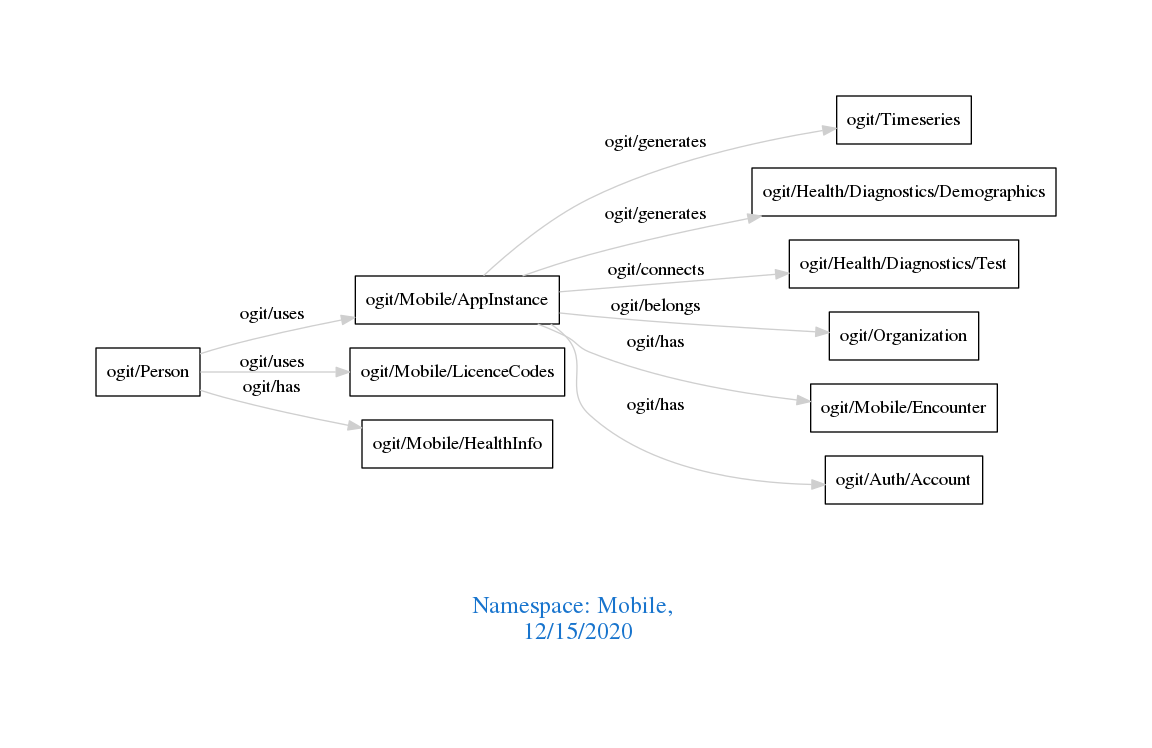
Above: downloads/Mobile.png in arago/OGIT (Graphviz), before the change. Its source is kept beside it as downloads/Mobile.dot.
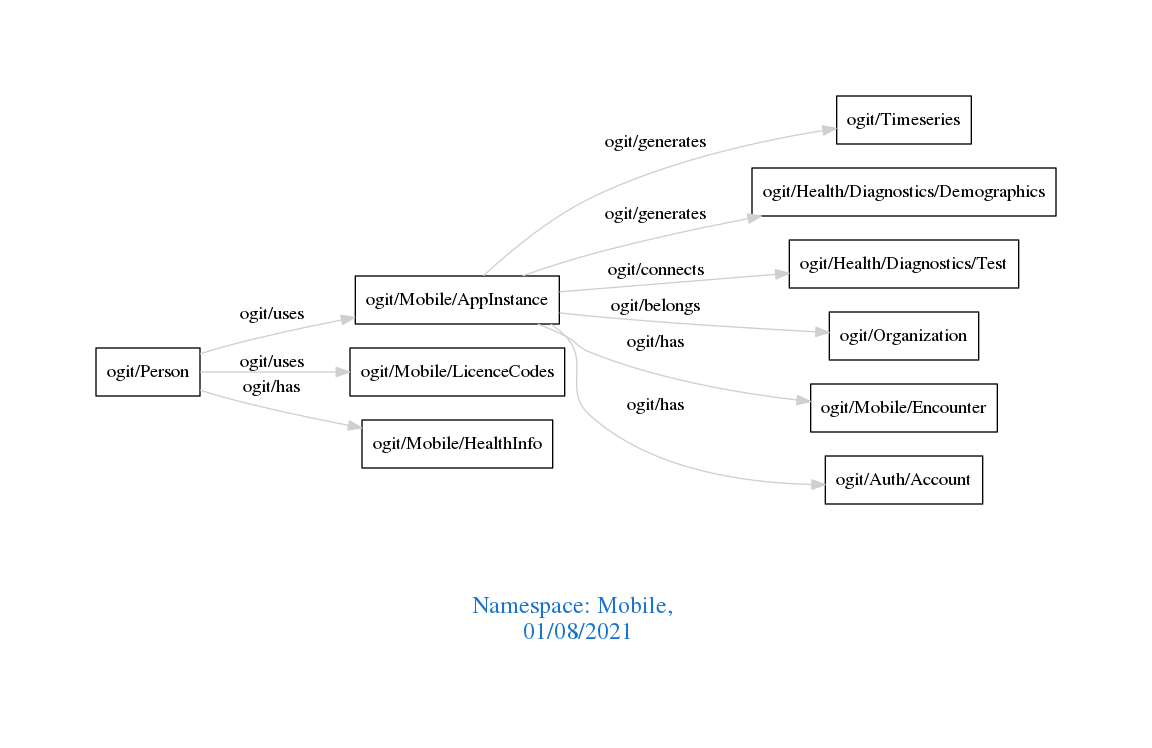
Later version of the same file.

What changed in the source:
```diff
@@ -1,7 +1,7 @@
 digraph OGIT_ontology {
  graph [ rankdir= LR,pad=1
 fontsize = 18,
-fontcolor= dodgerblue3,label = "\n\n\nNamespace: Mobile, \n 12/15/2020"];
+fontcolor= dodgerblue3,label = "\n\n\nNamespace: Mobile, \n 01/08/2021"];
 node[shape=polygon];
 edge [  color="gray81"];
 
```
